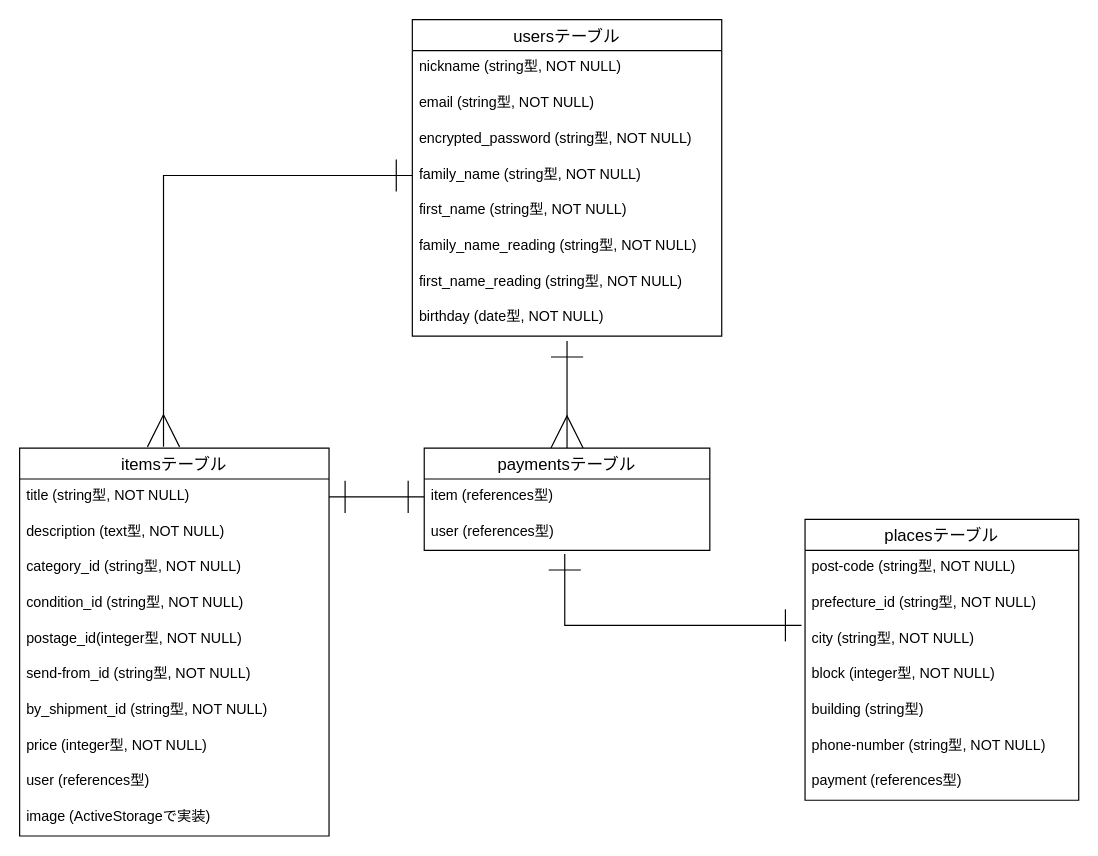
Above: ER.dio in haidi-belltree/furima-32393 (draw.io), before the change. Source tidied: cells renumbered, new cells numbered last; positions are measured from the earlier drawing's top-left corner, leaving out a move shared by most shapes. Both pictures are drawn from the tidied source at 119%, with x=0, y=0 at pixel (19, 19).
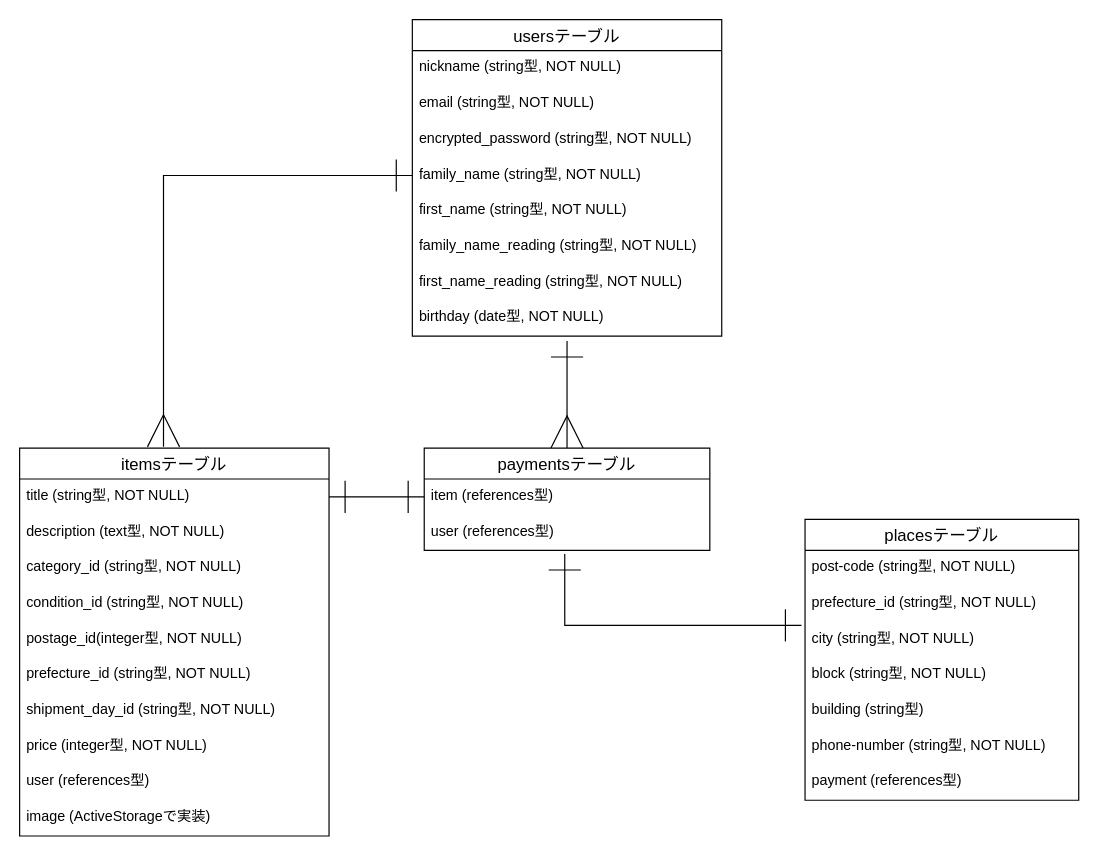
The same diagram, later.

The change refers to these unchanged cells:
```xml
<mxCell id="11" value="itemsテーブル" style="swimlane;fontStyle=0;horizontal=1;startSize=26;align=center;fontSize=14;" parent="1" vertex="1">
  <mxGeometry y="360" width="260" height="326" as="geometry" />
</mxCell>
<mxCell id="22" value="placesテーブル" style="swimlane;fontStyle=0;horizontal=1;startSize=26;align=center;fontSize=14;" parent="1" vertex="1">
  <mxGeometry x="660" y="420" width="230" height="236" as="geometry" />
</mxCell>
```

What changed in the source:
```diff
@@
-    <mxCell id="17" value="send-from_id (string型, NOT NULL)" style="text;strokeColor=none;fillColor=none;spacingLeft=4;spacingRight=4;overflow=hidden;fontSize=12;" parent="11" vertex="1">
+    <mxCell id="17" value="prefecture_id (string型, NOT NULL)" style="text;strokeColor=none;fillColor=none;spacingLeft=4;spacingRight=4;overflow=hidden;fontSize=12;" parent="11" vertex="1">
       <mxGeometry y="176" width="260" height="30" as="geometry" />
     </mxCell>
-    <mxCell id="18" value="by_shipment_id (string型, NOT NULL)" style="text;strokeColor=none;fillColor=none;spacingLeft=4;spacingRight=4;overflow=hidden;fontSize=12;" parent="11" vertex="1">
+    <mxCell id="18" value="shipment_day_id (string型, NOT NULL)" style="text;strokeColor=none;fillColor=none;spacingLeft=4;spacingRight=4;overflow=hidden;fontSize=12;" parent="11" vertex="1">
       <mxGeometry y="206" width="260" height="30" as="geometry" />
     </mxCell>
@@
-    <mxCell id="26" value="block (integer型, NOT NULL)" style="text;strokeColor=none;fillColor=none;spacingLeft=4;spacingRight=4;overflow=hidden;fontSize=12;" parent="22" vertex="1">
+    <mxCell id="26" value="block (string型, NOT NULL)" style="text;strokeColor=none;fillColor=none;spacingLeft=4;spacingRight=4;overflow=hidden;fontSize=12;" parent="22" vertex="1">
       <mxGeometry y="116" width="230" height="30" as="geometry" />
     </mxCell>
```
